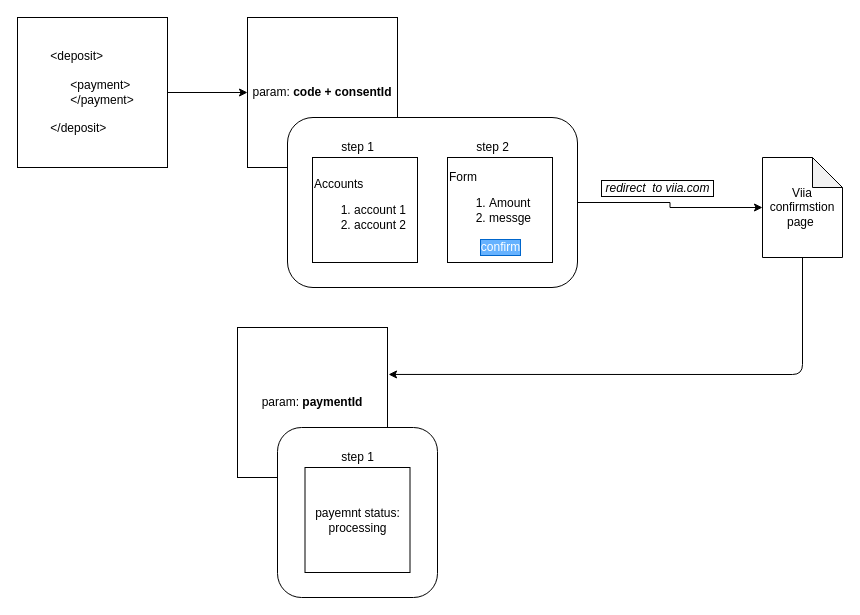
The draw.io diagram ViiaNordic/ClientApp/src/assets/Untitled Diagram.drawio in sadidkhan/nordic-viia-payment, before the edit. Source tidied: cells renumbered, new cells numbered last; positions are measured from the earlier drawing's top-left corner, leaving out a move shared by most shapes. Both pictures are drawn from the tidied source at 100%, with x=0, y=0 at pixel (17, 17).
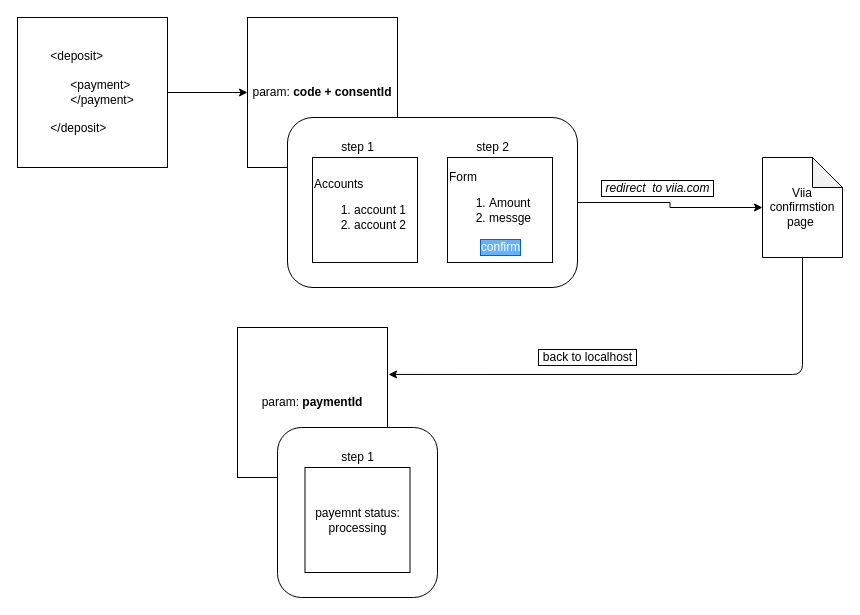
Above is the later version.

Commit message:
front end flow diagram

Diff of the diagram source:
```diff
@@
+    <mxCell id="19" value="&amp;nbsp;back to localhost&amp;nbsp;" style="text;html=1;align=center;verticalAlign=middle;fillColor=none;strokeColor=none;rounded=0;labelBackgroundColor=#FFFFFF;sketch=1;fontColor=#000000;labelBorderColor=#000000;" parent="1" vertex="1">
+      <mxGeometry x="515" y="330" width="110" height="20" as="geometry" />
+    </mxCell>
```
